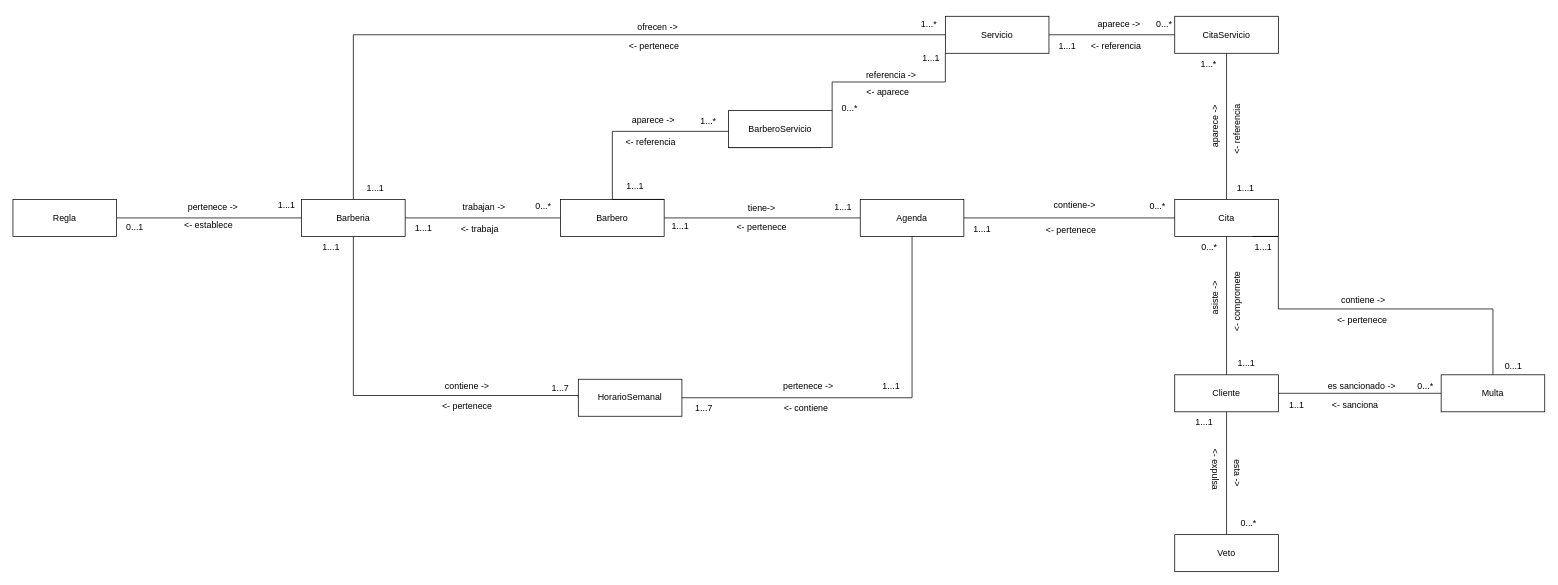
Above: Modelo de Dominio.drawio in Leandro-Gomez-12345/Proyecto-extra-clase-DOO (draw.io), before the change. Source tidied: cells renumbered, new cells numbered last; positions are measured from the earlier drawing's top-left corner, leaving out a move shared by most shapes. Both pictures are drawn from the tidied source at 74%, with x=0, y=0 at pixel (13, 13).
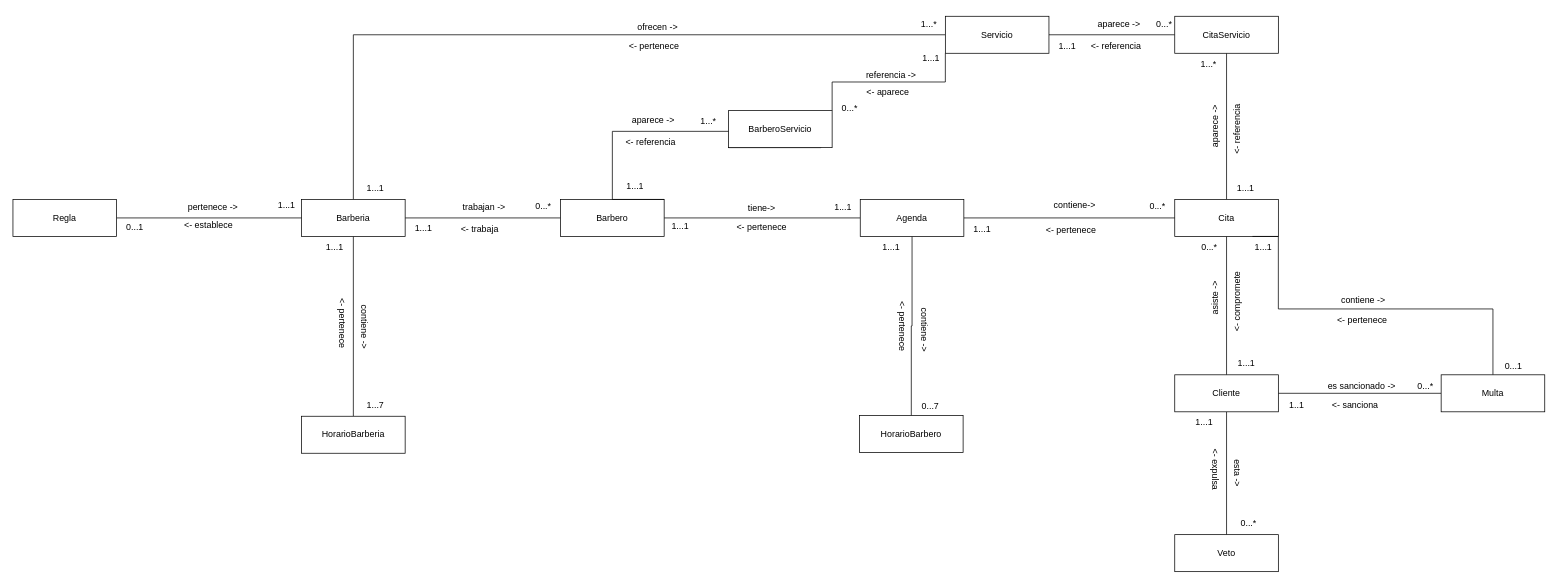
Above is the later version.

Commit message (it also covers changes not shown here):
Se corrigió el modelo de domonio y se llenó las tablas

The change refers to these unchanged cells:
```xml
<mxCell id="27" value="Barberia" style="rounded=0;whiteSpace=wrap;html=1;" parent="1" vertex="1">
  <mxGeometry x="390" y="252" width="140" height="50" as="geometry" />
</mxCell>
<mxCell id="42" value="Agenda" style="rounded=0;whiteSpace=wrap;html=1;" parent="1" vertex="1">
  <mxGeometry x="1145" y="252" width="140" height="50" as="geometry" />
</mxCell>
```

Change to the diagram source:
```diff
@@
-    <mxCell id="26" style="edgeStyle=orthogonalEdgeStyle;rounded=0;jettySize=auto;html=1;entryX=0;entryY=0.5;entryDx=0;entryDy=0;endArrow=none;endFill=0;" parent="1" edge="1" source="27" target="47">
-      <mxGeometry relative="1" as="geometry">
-        <Array as="points">
-          <mxPoint x="460" y="517" />
-        </Array>
-      </mxGeometry>
-    </mxCell>
+    <mxCell id="90" style="edgeStyle=orthogonalEdgeStyle;rounded=0;jettySize=auto;html=1;entryX=0.5;entryY=0;entryDx=0;entryDy=0;endArrow=none;endFill=0;" parent="1" edge="1" source="27" target="92">
+      <mxGeometry relative="1" as="geometry" />
+    </mxCell>
@@
-    <mxCell id="41" style="edgeStyle=orthogonalEdgeStyle;rounded=0;jettySize=auto;html=1;endArrow=none;endFill=0;" parent="1" edge="1" source="42" target="47">
-      <mxGeometry relative="1" as="geometry">
-        <Array as="points">
-          <mxPoint x="1215" y="520" />
-        </Array>
-      </mxGeometry>
-    </mxCell>
+    <mxCell id="91" style="edgeStyle=orthogonalEdgeStyle;rounded=0;jettySize=auto;html=1;endArrow=none;endFill=0;" parent="1" edge="1" source="42" target="97">
+      <mxGeometry relative="1" as="geometry" />
+    </mxCell>
@@
-    <mxCell id="47" value="HorarioSemanal" style="rounded=0;whiteSpace=wrap;html=1;" parent="1" vertex="1">
-      <mxGeometry x="764" y="495" width="140" height="50" as="geometry" />
-    </mxCell>
@@
-    <mxCell id="56" value="&amp;lt;- contiene" style="text;html=1;whiteSpace=wrap;strokeColor=none;fillColor=none;align=center;verticalAlign=middle;rounded=0;rotation=0;" parent="1" vertex="1">
-      <mxGeometry x="1012" y="520" width="120" height="30" as="geometry" />
-    </mxCell>
-    <mxCell id="57" value="pertenece -&amp;gt;" style="text;html=1;whiteSpace=wrap;strokeColor=none;fillColor=none;align=center;verticalAlign=middle;rounded=0;rotation=0;" parent="1" vertex="1">
-      <mxGeometry x="1040" y="489" width="70" height="30" as="geometry" />
-    </mxCell>
-    <mxCell id="58" value="1...7" style="text;html=1;whiteSpace=wrap;strokeColor=none;fillColor=none;align=center;verticalAlign=middle;rounded=0;" parent="1" vertex="1">
-      <mxGeometry x="904" y="519" width="60" height="30" as="geometry" />
-    </mxCell>
-    <mxCell id="59" value="1...1" style="text;html=1;whiteSpace=wrap;strokeColor=none;fillColor=none;align=center;verticalAlign=middle;rounded=0;" parent="1" vertex="1">
-      <mxGeometry x="1157" y="490" width="60" height="30" as="geometry" />
-    </mxCell>
@@
-    <mxCell id="86" value="&amp;lt;- pertenece" style="text;html=1;whiteSpace=wrap;strokeColor=none;fillColor=none;align=center;verticalAlign=middle;rounded=0;rotation=0;" parent="1" vertex="1">
-      <mxGeometry x="579" y="517" width="70" height="30" as="geometry" />
-    </mxCell>
-    <mxCell id="87" value="contiene -&amp;gt;" style="text;html=1;whiteSpace=wrap;strokeColor=none;fillColor=none;align=center;verticalAlign=middle;rounded=0;rotation=0;" parent="1" vertex="1">
-      <mxGeometry x="554" y="489" width="120" height="30" as="geometry" />
-    </mxCell>
-    <mxCell id="88" value="1...1" style="text;html=1;whiteSpace=wrap;strokeColor=none;fillColor=none;align=center;verticalAlign=middle;rounded=0;" parent="1" vertex="1">
-      <mxGeometry x="400" y="302" width="60" height="30" as="geometry" />
-    </mxCell>
-    <mxCell id="89" value="1...7" style="text;html=1;whiteSpace=wrap;strokeColor=none;fillColor=none;align=center;verticalAlign=middle;rounded=0;" parent="1" vertex="1">
-      <mxGeometry x="710" y="492" width="60" height="30" as="geometry" />
-    </mxCell>
+    <mxCell id="92" value="HorarioBarberia" style="rounded=0;whiteSpace=wrap;html=1;" parent="1" vertex="1">
+      <mxGeometry x="390" y="545" width="140" height="50" as="geometry" />
+    </mxCell>
+    <mxCell id="93" value="contiene -&amp;gt;" style="text;html=1;align=center;verticalAlign=middle;strokeColor=none;fillColor=none;rotation=90;" parent="1" vertex="1">
+      <mxGeometry x="435" y="409" width="80" height="30" as="geometry" />
+    </mxCell>
+    <mxCell id="94" value="1...7" style="text;html=1;whiteSpace=wrap;strokeColor=none;fillColor=none;align=center;verticalAlign=middle;rounded=0;" parent="1" vertex="1">
+      <mxGeometry x="460" y="515" width="60" height="30" as="geometry" />
+    </mxCell>
+    <mxCell id="95" value="&amp;lt;- pertenece" style="text;html=1;align=center;verticalAlign=middle;strokeColor=none;fillColor=none;rotation=90;" parent="1" vertex="1">
+      <mxGeometry x="400" y="404" width="90" height="30" as="geometry" />
+    </mxCell>
+    <mxCell id="96" value="1...1" style="text;html=1;whiteSpace=wrap;strokeColor=none;fillColor=none;align=center;verticalAlign=middle;rounded=0;" parent="1" vertex="1">
+      <mxGeometry x="405" y="302" width="60" height="30" as="geometry" />
+    </mxCell>
+    <mxCell id="97" value="HorarioBarbero" style="rounded=0;whiteSpace=wrap;html=1;" parent="1" vertex="1">
+      <mxGeometry x="1144" y="544" width="140" height="50" as="geometry" />
+    </mxCell>
+    <mxCell id="98" value="1...1" style="text;html=1;whiteSpace=wrap;strokeColor=none;fillColor=none;align=center;verticalAlign=middle;rounded=0;" parent="1" vertex="1">
+      <mxGeometry x="1157" y="302" width="60" height="30" as="geometry" />
+    </mxCell>
+    <mxCell id="99" value="&amp;lt;- pertenece" style="text;html=1;align=center;verticalAlign=middle;strokeColor=none;fillColor=none;rotation=90;" parent="1" vertex="1">
+      <mxGeometry x="1157" y="408" width="90" height="30" as="geometry" />
+    </mxCell>
+    <mxCell id="100" value="contiene -&amp;gt;" style="text;html=1;align=center;verticalAlign=middle;strokeColor=none;fillColor=none;rotation=90;" parent="1" vertex="1">
+      <mxGeometry x="1192" y="413" width="80" height="30" as="geometry" />
+    </mxCell>
+    <mxCell id="101" value="0...7" style="text;html=1;whiteSpace=wrap;strokeColor=none;fillColor=none;align=center;verticalAlign=middle;rounded=0;" parent="1" vertex="1">
+      <mxGeometry x="1210" y="517" width="60" height="30" as="geometry" />
+    </mxCell>
```
